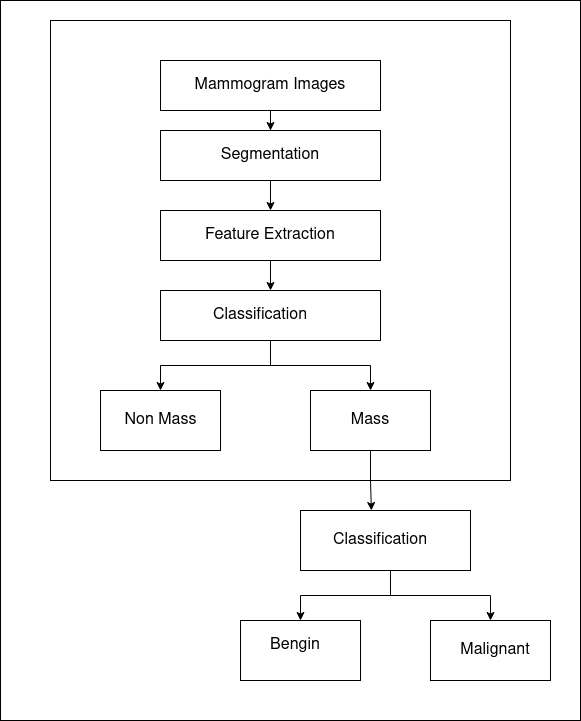
ThenmozhiBalasubramanian/mcaProjectDiagram keeps this draw.io diagram as architecture Diagram.drawio.png. Above is the earlier version. Source tidied: cells renumbered, new cells last; positions are measured from the earlier drawing's top-left corner, leaving out a move shared by most shapes.
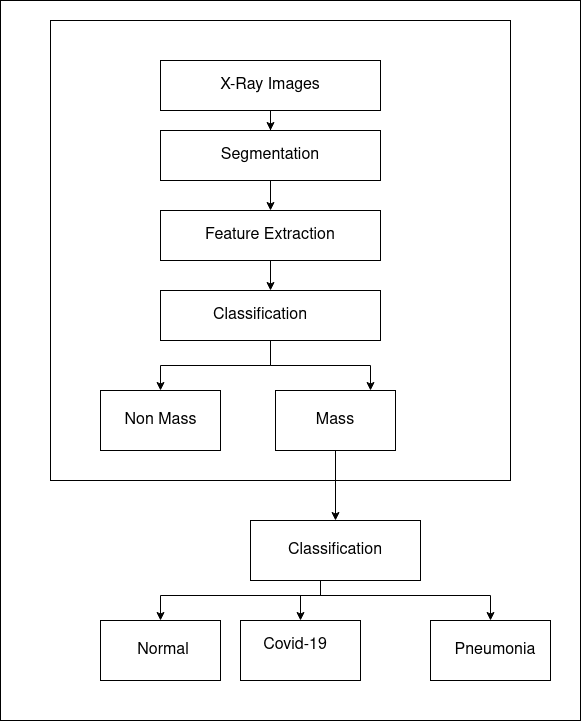
After the change.

Change to the diagram source:
```diff
@@ -8,11 +8,11 @@
     <mxCell id="3" style="whiteSpace=wrap;html=1;" parent="1" vertex="1">
       <mxGeometry x="50" y="20" width="460" height="460" as="geometry" />
     </mxCell>
-    <mxCell id="4" style="edgeStyle=orthogonalEdgeStyle;rounded=0;jettySize=auto;html=1;exitX=0.5;exitY=1;exitDx=0;exitDy=0;entryX=0.417;entryY=0;entryDx=0;entryDy=0;entryPerimeter=0;" parent="1" edge="1" source="5" target="11">
+    <mxCell id="4" style="edgeStyle=orthogonalEdgeStyle;rounded=0;jettySize=auto;html=1;exitX=0.5;exitY=1;exitDx=0;exitDy=0;entryX=0.5;entryY=0;entryDx=0;entryDy=0;" parent="1" edge="1" source="5" target="11">
       <mxGeometry relative="1" as="geometry" />
     </mxCell>
     <mxCell id="5" style="rounded=0;whiteSpace=wrap;html=1;" parent="1" vertex="1">
-      <mxGeometry x="310" y="390" width="120" height="60" as="geometry" />
+      <mxGeometry x="275" y="390" width="120" height="60" as="geometry" />
     </mxCell>
     <mxCell id="6" style="edgeStyle=orthogonalEdgeStyle;rounded=0;jettySize=auto;html=1;exitX=0.5;exitY=1;exitDx=0;exitDy=0;" parent="1" edge="1" source="7" target="15">
       <mxGeometry relative="1" as="geometry" />
@@ -26,8 +26,9 @@
     <mxCell id="9" style="edgeStyle=orthogonalEdgeStyle;rounded=0;jettySize=auto;html=1;exitX=0.5;exitY=1;exitDx=0;exitDy=0;entryX=0.5;entryY=0;entryDx=0;entryDy=0;" parent="1" edge="1" source="11" target="8">
       <mxGeometry relative="1" as="geometry">
         <Array as="points">
-          <mxPoint x="390" y="570" />
-          <mxPoint x="390" y="595" />
+          <mxPoint x="335" y="570" />
+          <mxPoint x="320" y="570" />
+          <mxPoint x="320" y="595" />
           <mxPoint x="300" y="595" />
         </Array>
       </mxGeometry>
@@ -35,14 +36,24 @@
     <mxCell id="10" style="edgeStyle=orthogonalEdgeStyle;rounded=0;jettySize=auto;html=1;exitX=0.75;exitY=1;exitDx=0;exitDy=0;entryX=0.5;entryY=0;entryDx=0;entryDy=0;" parent="1" edge="1" source="11" target="20">
       <mxGeometry relative="1" as="geometry">
         <Array as="points">
-          <mxPoint x="390" y="570" />
-          <mxPoint x="390" y="595" />
+          <mxPoint x="378" y="570" />
+          <mxPoint x="320" y="570" />
+          <mxPoint x="320" y="595" />
           <mxPoint x="490" y="595" />
         </Array>
       </mxGeometry>
     </mxCell>
+    <mxCell id="30" style="edgeStyle=orthogonalEdgeStyle;rounded=0;jettySize=auto;html=1;exitX=0.25;exitY=1;exitDx=0;exitDy=0;fontSize=16;" parent="1" edge="1" source="11" target="31">
+      <mxGeometry relative="1" as="geometry">
+        <Array as="points">
+          <mxPoint x="320" y="580" />
+          <mxPoint x="320" y="595" />
+          <mxPoint x="160" y="595" />
+        </Array>
+      </mxGeometry>
+    </mxCell>
     <mxCell id="11" style="rounded=0;whiteSpace=wrap;html=1;" parent="1" vertex="1">
-      <mxGeometry x="300" y="510" width="170" height="60" as="geometry" />
+      <mxGeometry x="250" y="520" width="170" height="60" as="geometry" />
     </mxCell>
     <mxCell id="12" style="rounded=0;whiteSpace=wrap;html=1;" parent="1" vertex="1">
       <mxGeometry x="100" y="390" width="120" height="60" as="geometry" />
@@ -82,7 +93,7 @@
     <mxCell id="20" style="rounded=0;whiteSpace=wrap;html=1;" parent="1" vertex="1">
       <mxGeometry x="430" y="620" width="120" height="60" as="geometry" />
     </mxCell>
-    <mxCell id="21" value="&lt;h4 style=&quot;font-size: 16px;&quot;&gt;&lt;font style=&quot;font-size: 16px;&quot;&gt;&lt;span style=&quot;font-weight: normal;&quot;&gt;Mammogram Images&lt;/span&gt;&lt;/font&gt;&lt;/h4&gt;" style="text;html=1;strokeColor=none;fillColor=none;align=center;verticalAlign=middle;whiteSpace=wrap;rounded=0;" parent="1" vertex="1">
+    <mxCell id="21" value="&lt;h4 style=&quot;font-size: 16px;&quot;&gt;&lt;font style=&quot;font-size: 16px;&quot;&gt;&lt;span style=&quot;font-weight: normal;&quot;&gt;X-Ray Images&lt;/span&gt;&lt;/font&gt;&lt;/h4&gt;" style="text;html=1;strokeColor=none;fillColor=none;align=center;verticalAlign=middle;whiteSpace=wrap;rounded=0;" parent="1" vertex="1">
       <mxGeometry x="180" y="70" width="180" height="30" as="geometry" />
     </mxCell>
     <mxCell id="22" value="&lt;h4 style=&quot;font-size: 16px;&quot;&gt;&lt;font style=&quot;font-size: 16px;&quot;&gt;&lt;span style=&quot;font-weight: normal;&quot;&gt;Segmentation&lt;br&gt;&lt;/span&gt;&lt;/font&gt;&lt;/h4&gt;" style="text;html=1;strokeColor=none;fillColor=none;align=center;verticalAlign=middle;whiteSpace=wrap;rounded=0;" parent="1" vertex="1">
@@ -94,20 +105,26 @@
     <mxCell id="24" value="&lt;h4 style=&quot;font-size: 16px;&quot;&gt;&lt;font style=&quot;font-size: 16px;&quot;&gt;&lt;span style=&quot;font-weight: normal;&quot;&gt;Classification&lt;br&gt;&lt;/span&gt;&lt;/font&gt;&lt;/h4&gt;" style="text;html=1;strokeColor=none;fillColor=none;align=center;verticalAlign=middle;whiteSpace=wrap;rounded=0;" parent="1" vertex="1">
       <mxGeometry x="170" y="300" width="180" height="30" as="geometry" />
     </mxCell>
-    <mxCell id="25" value="&lt;h4&gt;&lt;font style=&quot;font-size: 16px;&quot;&gt;&lt;span style=&quot;font-weight: normal;&quot;&gt;Malignant&lt;/span&gt;&lt;/font&gt;&lt;/h4&gt;" style="text;html=1;strokeColor=none;fillColor=none;align=center;verticalAlign=middle;whiteSpace=wrap;rounded=0;" parent="1" vertex="1">
+    <mxCell id="25" value="&lt;h4&gt;&lt;font style=&quot;font-size: 16px;&quot;&gt;&lt;span style=&quot;font-weight: normal;&quot;&gt;Pneumonia&lt;/span&gt;&lt;/font&gt;&lt;/h4&gt;" style="text;html=1;strokeColor=none;fillColor=none;align=center;verticalAlign=middle;whiteSpace=wrap;rounded=0;" parent="1" vertex="1">
       <mxGeometry x="450" y="635" width="90" height="30" as="geometry" />
     </mxCell>
     <mxCell id="26" value="&lt;h4 style=&quot;font-size: 16px;&quot;&gt;&lt;font style=&quot;font-size: 16px;&quot;&gt;&lt;span style=&quot;font-weight: normal;&quot;&gt;Mass&lt;/span&gt;&lt;/font&gt;&lt;/h4&gt;" style="text;html=1;strokeColor=none;fillColor=none;align=center;verticalAlign=middle;whiteSpace=wrap;rounded=0;" parent="1" vertex="1">
-      <mxGeometry x="320" y="405" width="100" height="30" as="geometry" />
+      <mxGeometry x="285" y="405" width="100" height="30" as="geometry" />
     </mxCell>
     <mxCell id="27" value="&lt;h4 style=&quot;font-size: 16px;&quot;&gt;&lt;font style=&quot;font-size: 16px;&quot;&gt;&lt;span style=&quot;font-weight: normal;&quot;&gt;Non Mass&lt;br&gt;&lt;/span&gt;&lt;/font&gt;&lt;/h4&gt;" style="text;html=1;strokeColor=none;fillColor=none;align=center;verticalAlign=middle;whiteSpace=wrap;rounded=0;" parent="1" vertex="1">
       <mxGeometry x="112.5" y="405" width="95" height="30" as="geometry" />
     </mxCell>
-    <mxCell id="28" value="&lt;h4 style=&quot;font-size: 16px;&quot;&gt;&lt;font style=&quot;font-size: 16px;&quot;&gt;&lt;span style=&quot;font-weight: normal;&quot;&gt;Bengin&lt;br&gt;&lt;/span&gt;&lt;/font&gt;&lt;/h4&gt;" style="text;html=1;strokeColor=none;fillColor=none;align=center;verticalAlign=middle;whiteSpace=wrap;rounded=0;" parent="1" vertex="1">
+    <mxCell id="28" value="&lt;h4 style=&quot;font-size: 16px;&quot;&gt;&lt;font style=&quot;font-size: 16px;&quot;&gt;&lt;span style=&quot;font-weight: normal;&quot;&gt;Covid-19&lt;br&gt;&lt;/span&gt;&lt;/font&gt;&lt;/h4&gt;" style="text;html=1;strokeColor=none;fillColor=none;align=center;verticalAlign=middle;whiteSpace=wrap;rounded=0;" parent="1" vertex="1">
       <mxGeometry x="250" y="630" width="90" height="30" as="geometry" />
     </mxCell>
     <mxCell id="29" value="&lt;h4 style=&quot;font-size: 16px;&quot;&gt;&lt;font style=&quot;font-size: 16px;&quot;&gt;&lt;span style=&quot;font-weight: normal;&quot;&gt;Classification&lt;br&gt;&lt;/span&gt;&lt;/font&gt;&lt;/h4&gt;" style="text;html=1;strokeColor=none;fillColor=none;align=center;verticalAlign=middle;whiteSpace=wrap;rounded=0;" parent="1" vertex="1">
-      <mxGeometry x="290" y="525" width="180" height="30" as="geometry" />
+      <mxGeometry x="245" y="535" width="180" height="30" as="geometry" />
     </mxCell>
+    <mxCell id="31" style="rounded=0;whiteSpace=wrap;html=1;" parent="1" vertex="1">
+      <mxGeometry x="100" y="620" width="120" height="60" as="geometry" />
+    </mxCell>
+    <mxCell id="32" value="&lt;h4 style=&quot;font-size: 16px;&quot;&gt;&lt;font style=&quot;font-size: 16px;&quot;&gt;&lt;span style=&quot;font-weight: normal;&quot;&gt;Normal&lt;br&gt;&lt;/span&gt;&lt;/font&gt;&lt;/h4&gt;" style="text;html=1;strokeColor=none;fillColor=none;align=center;verticalAlign=middle;whiteSpace=wrap;rounded=0;" parent="1" vertex="1">
+      <mxGeometry x="117.5" y="635" width="90" height="30" as="geometry" />
+    </mxCell>
   </root>
 </mxGraphModel>
```
